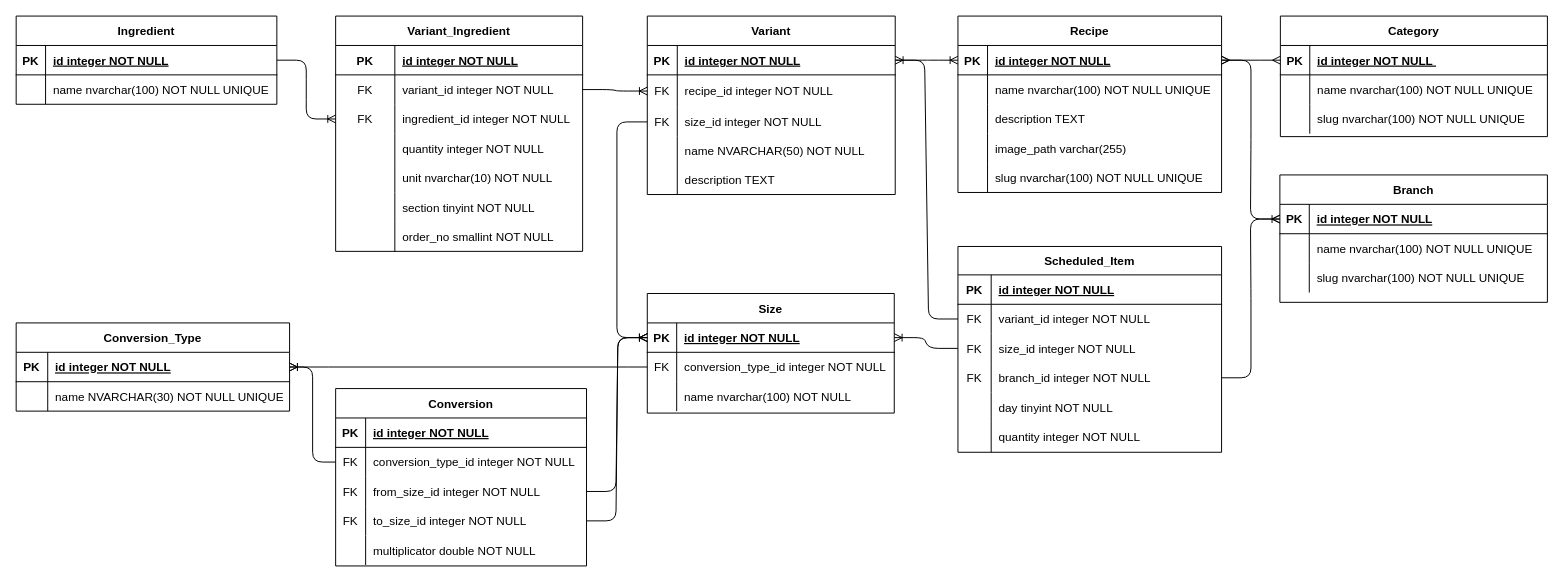
Earlier version of the draw.io diagram documentation/ERM.drawio (MetaEMK/RecipeManager_Backend). Source tidied: cells renumbered, new cells numbered last; positions are measured from the earlier drawing's top-left corner, leaving out a move shared by most shapes. Both pictures are drawn from the tidied source at 98%, with x=0, y=0 at pixel (16, 16).
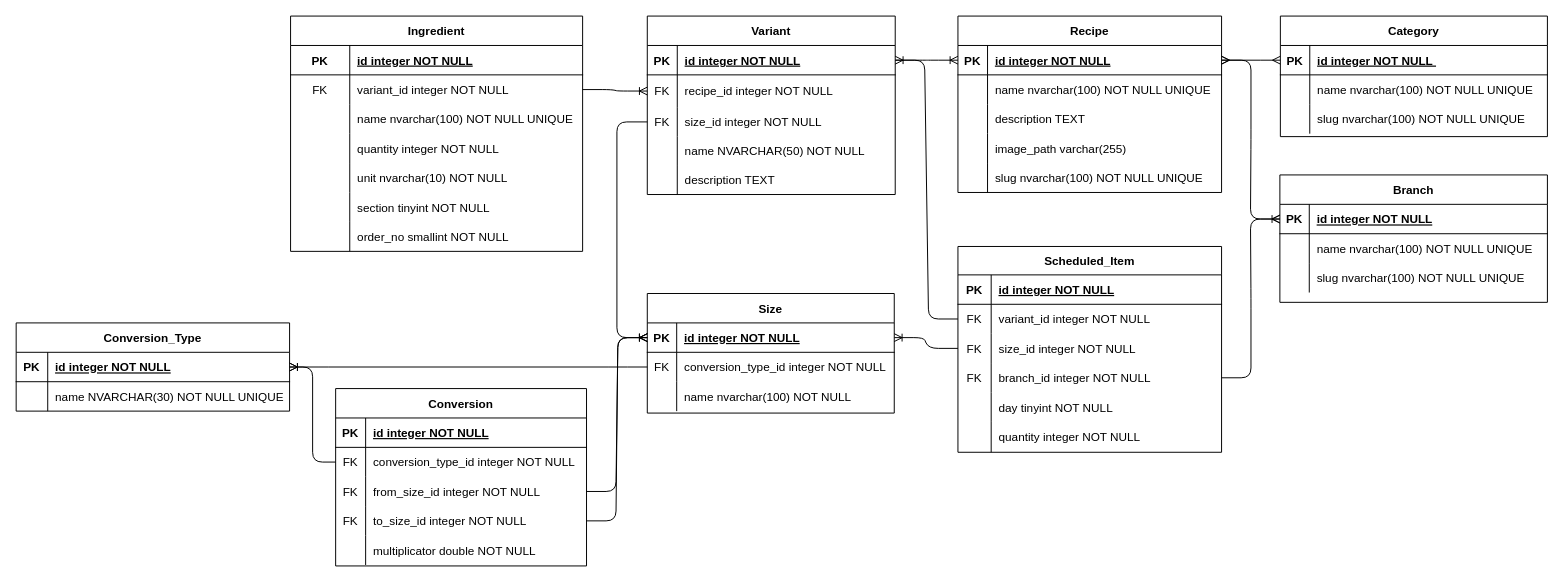
The same page after the edit.

The edit, as a diff of the source:
```diff
@@
-    <mxCell id="28" value="Ingredient" style="shape=table;startSize=30;childLayout=tableLayout;rowLines=0;fontStyle=1;align=center;" parent="1" vertex="1">
-      <mxGeometry y="-0.1" width="266" height="90" as="geometry" />
-    </mxCell>
-    <mxCell id="29" style="shape=tableRow;horizontal=0;startSize=0;swimlaneHead=0;swimlaneBody=0;fillColor=none;points=[[0,0.5],[1,0.5]];portConstraint=eastwest;top=0;left=0;right=0;bottom=1;" parent="28" vertex="1">
-      <mxGeometry y="30" width="266" height="30" as="geometry" />
-    </mxCell>
-    <mxCell id="30" value="PK" style="shape=partialRectangle;fillColor=none;top=0;left=0;bottom=0;right=0;fontStyle=1;overflow=hidden;" parent="29" vertex="1">
-      <mxGeometry width="30" height="30" as="geometry" />
-    </mxCell>
-    <mxCell id="31" value="id integer NOT NULL" style="shape=partialRectangle;fillColor=none;top=0;left=0;bottom=0;right=0;align=left;spacingLeft=6;fontStyle=5;overflow=hidden;" parent="29" vertex="1">
-      <mxGeometry x="30" width="236" height="30" as="geometry" />
-    </mxCell>
-    <mxCell id="32" style="shape=tableRow;horizontal=0;startSize=0;swimlaneHead=0;swimlaneBody=0;fillColor=none;top=0;left=0;right=0;bottom=0;" parent="28" vertex="1">
-      <mxGeometry y="60" width="266" height="30" as="geometry" />
-    </mxCell>
-    <mxCell id="33" style="shape=partialRectangle;fillColor=none;top=0;left=0;bottom=0;right=0;overflow=hidden;" parent="32" vertex="1">
-      <mxGeometry width="30" height="30" as="geometry" />
-    </mxCell>
-    <mxCell id="34" value="name nvarchar(100) NOT NULL UNIQUE" style="shape=partialRectangle;fillColor=none;top=0;left=0;bottom=0;right=0;align=left;spacingLeft=6;overflow=hidden;" parent="32" vertex="1">
-      <mxGeometry x="30" width="236" height="30" as="geometry" />
-    </mxCell>
@@
-    <mxCell id="54" value="Variant_Ingredient" style="shape=table;startSize=30;childLayout=tableLayout;rowLines=0;fontStyle=1;align=center;" parent="1" vertex="1">
-      <mxGeometry x="326" y="-0.1" width="252" height="240.1" as="geometry" />
+    <mxCell id="54" value="Ingredient" style="shape=table;startSize=30;childLayout=tableLayout;rowLines=0;fontStyle=1;align=center;" parent="1" vertex="1">
+      <mxGeometry x="280" y="-0.1" width="298" height="240.1" as="geometry" />
     </mxCell>
     <mxCell id="55" style="shape=partialRectangle;fillColor=none;top=0;left=0;bottom=1;right=0;" parent="54" vertex="1">
-      <mxGeometry y="30" width="252" height="30" as="geometry" />
+      <mxGeometry y="30" width="298" height="30" as="geometry" />
     </mxCell>
@@
     <mxCell id="57" value="id integer NOT NULL" style="shape=partialRectangle;fillColor=none;top=0;left=0;bottom=0;right=0;align=left;spacingLeft=6;fontStyle=5;overflow=hidden;" parent="55" vertex="1">
-      <mxGeometry x="60.4" width="191.6" height="30" as="geometry" />
+      <mxGeometry x="60.4" width="237.6" height="30" as="geometry" />
     </mxCell>
     <mxCell id="58" style="shape=partialRectangle;fillColor=none;top=0;left=0;bottom=0;right=0;points=[[0,0.5],[1,0.5]];portConstraint=eastwest;" parent="54" vertex="1">
-      <mxGeometry y="60" width="252" height="30" as="geometry" />
+      <mxGeometry y="60" width="298" height="30" as="geometry" />
     </mxCell>
@@
     <mxCell id="60" value="variant_id integer NOT NULL" style="shape=partialRectangle;fillColor=none;top=0;left=0;bottom=0;right=0;align=left;spacingLeft=6;fontStyle=0;overflow=hidden;" parent="58" vertex="1">
-      <mxGeometry x="60.4" width="191.6" height="30" as="geometry" />
+      <mxGeometry x="60.4" width="237.6" height="30" as="geometry" />
     </mxCell>
     <mxCell id="61" style="shape=partialRectangle;fillColor=none;top=0;left=0;bottom=0;right=0;points=[[0,0.5],[1,0.5]];portConstraint=eastwest;" parent="54" vertex="1">
-      <mxGeometry y="90" width="252" height="30" as="geometry" />
+      <mxGeometry y="90" width="298" height="30" as="geometry" />
     </mxCell>
-    <mxCell id="62" value="FK" style="shape=partialRectangle;fillColor=none;top=0;left=0;bottom=0;right=0;fontStyle=0;overflow=hidden;" parent="61" vertex="1">
+    <mxCell id="62" style="shape=partialRectangle;fillColor=none;top=0;left=0;bottom=0;right=0;fontStyle=0;overflow=hidden;" parent="61" vertex="1">
       <mxGeometry width="60.4" height="30" as="geometry" />
     </mxCell>
-    <mxCell id="63" value="ingredient_id integer NOT NULL" style="shape=partialRectangle;fillColor=none;top=0;left=0;bottom=0;right=0;align=left;spacingLeft=6;fontStyle=0;overflow=hidden;" parent="61" vertex="1">
-      <mxGeometry x="60.4" width="191.6" height="30" as="geometry" />
+    <mxCell id="63" value="name nvarchar(100) NOT NULL UNIQUE" style="shape=partialRectangle;fillColor=none;top=0;left=0;bottom=0;right=0;align=left;spacingLeft=6;fontStyle=0;overflow=hidden;" parent="61" vertex="1">
+      <mxGeometry x="60.4" width="237.6" height="30" as="geometry" />
     </mxCell>
     <mxCell id="64" style="shape=partialRectangle;fillColor=none;top=0;left=0;bottom=0;right=0;" parent="54" vertex="1">
-      <mxGeometry y="120" width="252" height="30" as="geometry" />
+      <mxGeometry y="120" width="298" height="30" as="geometry" />
     </mxCell>
@@
     <mxCell id="66" value="quantity integer NOT NULL" style="shape=partialRectangle;fillColor=none;top=0;left=0;bottom=0;right=0;align=left;spacingLeft=6;overflow=hidden;" parent="64" vertex="1">
-      <mxGeometry x="60.4" width="191.6" height="30" as="geometry" />
+      <mxGeometry x="60.4" width="237.6" height="30" as="geometry" />
     </mxCell>
     <mxCell id="67" style="shape=partialRectangle;fillColor=none;top=0;left=0;bottom=0;right=0;" parent="54" vertex="1">
-      <mxGeometry y="150" width="252" height="30" as="geometry" />
+      <mxGeometry y="150" width="298" height="30" as="geometry" />
     </mxCell>
@@
     <mxCell id="69" value="unit nvarchar(10) NOT NULL" style="shape=partialRectangle;fillColor=none;top=0;left=0;bottom=0;right=0;align=left;spacingLeft=6;overflow=hidden;" parent="67" vertex="1">
-      <mxGeometry x="60.4" width="191.6" height="30" as="geometry" />
+      <mxGeometry x="60.4" width="237.6" height="30" as="geometry" />
     </mxCell>
     <mxCell id="70" style="shape=partialRectangle;fillColor=none;top=0;left=0;bottom=0;right=0;" parent="54" vertex="1">
-      <mxGeometry y="180" width="252" height="30" as="geometry" />
+      <mxGeometry y="180" width="298" height="30" as="geometry" />
     </mxCell>
@@
     <mxCell id="72" value="section tinyint NOT NULL" style="shape=partialRectangle;fillColor=none;top=0;left=0;bottom=0;right=0;align=left;spacingLeft=6;overflow=hidden;" parent="70" vertex="1">
-      <mxGeometry x="60.4" width="191.6" height="30" as="geometry" />
+      <mxGeometry x="60.4" width="237.6" height="30" as="geometry" />
     </mxCell>
     <mxCell id="73" style="shape=partialRectangle;fillColor=none;top=0;left=0;bottom=0;right=0;" parent="54" vertex="1">
-      <mxGeometry y="210" width="252" height="30" as="geometry" />
+      <mxGeometry y="210" width="298" height="30" as="geometry" />
     </mxCell>
@@
     <mxCell id="75" value="order_no smallint NOT NULL" style="shape=partialRectangle;fillColor=none;top=0;left=0;bottom=0;right=0;align=left;spacingLeft=6;overflow=hidden;" parent="73" vertex="1">
-      <mxGeometry x="60.4" width="191.6" height="30" as="geometry" />
+      <mxGeometry x="60.4" width="237.6" height="30" as="geometry" />
     </mxCell>
@@
-    <mxCell id="140" style="edgeStyle=entityRelationEdgeStyle;fontSize=12;html=1;endArrow=ERoneToMany;entryX=0;entryY=0.5;entryDx=0;entryDy=0;exitX=1;exitY=0.5;exitDx=0;exitDy=0;" parent="1" edge="1" source="29" target="61">
-      <mxGeometry relative="1" as="geometry" />
-    </mxCell>
```
